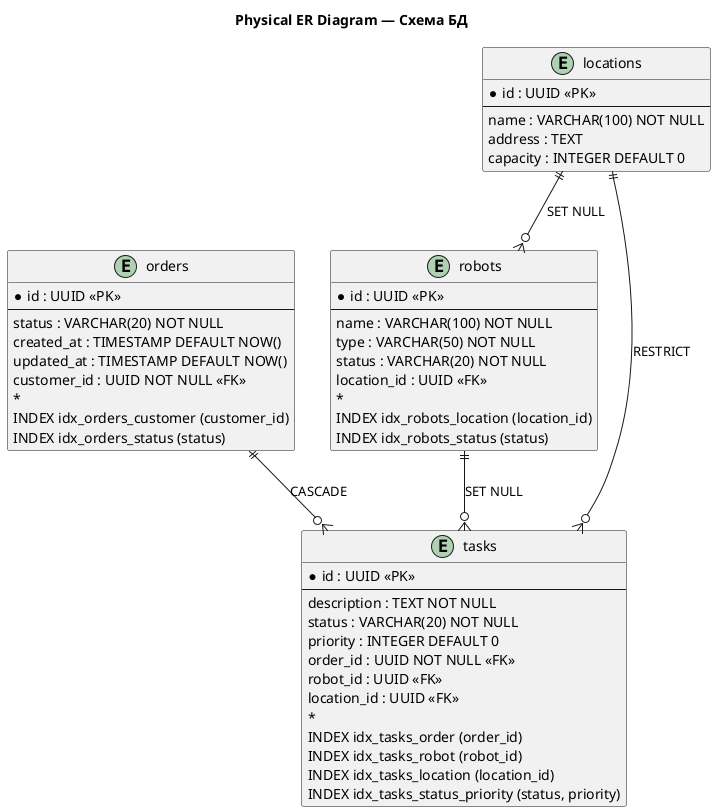
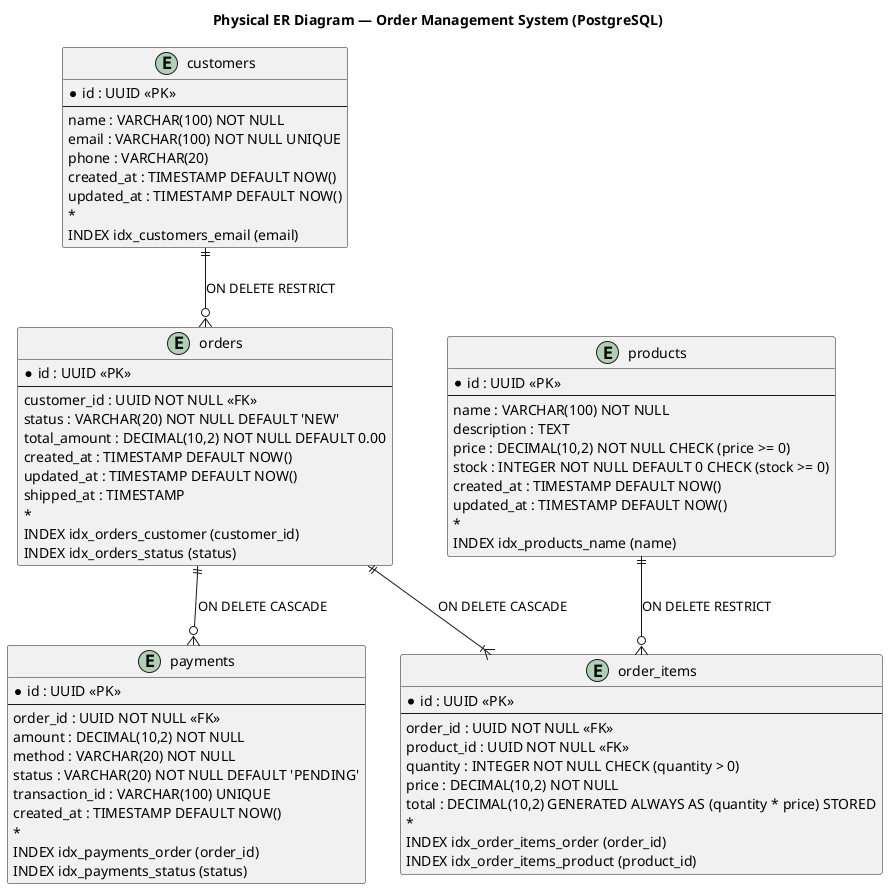
@startuml
- ' Физическая схема с индексами и типами данных
- title Physical ER Diagram — Схема БД
+ title Physical ER Diagram — Order Management System (PostgreSQL)
+ 
+ entity "customers" as customers {
+     * id : UUID <<PK>>
+     --
+     name : VARCHAR(100) NOT NULL
+     email : VARCHAR(100) NOT NULL UNIQUE
+     phone : VARCHAR(20)
+     created_at : TIMESTAMP DEFAULT NOW()
+     updated_at : TIMESTAMP DEFAULT NOW()
+     *
+     INDEX idx_customers_email (email)
+ }

entity "orders" as orders {
    * id : UUID <<PK>>
    --
-     status : VARCHAR(20) NOT NULL
+     customer_id : UUID NOT NULL <<FK>>
+     status : VARCHAR(20) NOT NULL DEFAULT 'NEW'
+     total_amount : DECIMAL(10,2) NOT NULL DEFAULT 0.00
    created_at : TIMESTAMP DEFAULT NOW()
    updated_at : TIMESTAMP DEFAULT NOW()
-     customer_id : UUID NOT NULL <<FK>>
+     shipped_at : TIMESTAMP
    *
    INDEX idx_orders_customer (customer_id)
    INDEX idx_orders_status (status)
}

- entity "robots" as robots {
+ entity "order_items" as order_items {
+     * id : UUID <<PK>>
+     --
+     order_id : UUID NOT NULL <<FK>>
+     product_id : UUID NOT NULL <<FK>>
+     quantity : INTEGER NOT NULL CHECK (quantity > 0)
+     price : DECIMAL(10,2) NOT NULL
+     total : DECIMAL(10,2) GENERATED ALWAYS AS (quantity * price) STORED
+     *
+     INDEX idx_order_items_order (order_id)
+     INDEX idx_order_items_product (product_id)
+ }
+ 
+ entity "products" as products {
    * id : UUID <<PK>>
    --
    name : VARCHAR(100) NOT NULL
-     type : VARCHAR(50) NOT NULL
-     status : VARCHAR(20) NOT NULL
-     location_id : UUID <<FK>>
+     description : TEXT
+     price : DECIMAL(10,2) NOT NULL CHECK (price >= 0)
+     stock : INTEGER NOT NULL DEFAULT 0 CHECK (stock >= 0)
+     created_at : TIMESTAMP DEFAULT NOW()
+     updated_at : TIMESTAMP DEFAULT NOW()
    *
-     INDEX idx_robots_location (location_id)
-     INDEX idx_robots_status (status)
+     INDEX idx_products_name (name)
}

- entity "tasks" as tasks {
+ entity "payments" as payments {
    * id : UUID <<PK>>
    --
-     description : TEXT NOT NULL
-     status : VARCHAR(20) NOT NULL
-     priority : INTEGER DEFAULT 0
    order_id : UUID NOT NULL <<FK>>
-     robot_id : UUID <<FK>>
-     location_id : UUID <<FK>>
+     amount : DECIMAL(10,2) NOT NULL
+     method : VARCHAR(20) NOT NULL
+     status : VARCHAR(20) NOT NULL DEFAULT 'PENDING'
+     transaction_id : VARCHAR(100) UNIQUE
+     created_at : TIMESTAMP DEFAULT NOW()
    *
-     INDEX idx_tasks_order (order_id)
-     INDEX idx_tasks_robot (robot_id)
-     INDEX idx_tasks_location (location_id)
-     INDEX idx_tasks_status_priority (status, priority)
+     INDEX idx_payments_order (order_id)
+     INDEX idx_payments_status (status)
}

- entity "locations" as locations {
-     * id : UUID <<PK>>
-     --
-     name : VARCHAR(100) NOT NULL
-     address : TEXT
-     capacity : INTEGER DEFAULT 0
- }
- 
- orders ||--o{ tasks : "CASCADE"
- robots ||--o{ tasks : "SET NULL"
- locations ||--o{ tasks : "RESTRICT"
- locations ||--o{ robots : "SET NULL"
- 
+ customers ||--o{ orders : "ON DELETE RESTRICT"
+ orders ||--|{ order_items : "ON DELETE CASCADE"
+ products ||--o{ order_items : "ON DELETE RESTRICT"
+ orders ||--o{ payments : "ON DELETE CASCADE"
@enduml